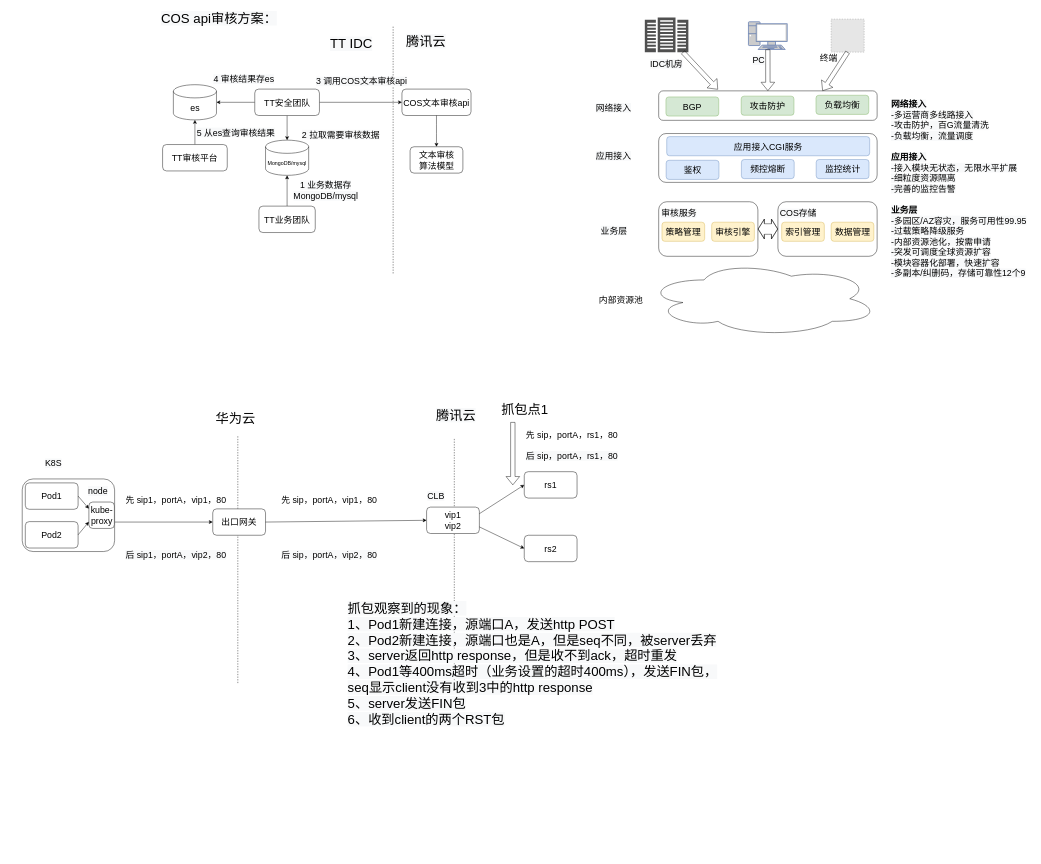
Earlier version of the draw.io diagram page "TT文本审核方案" (5 of 8) of CI.drawio (wangnan8791/document). Source tidied: cells renumbered, new cells numbered last; positions are measured from the earlier drawing's top-left corner, leaving out a move shared by most shapes. Both pictures are drawn from the tidied source at 44%, with x=0, y=0 at pixel (22, 7). Pictures stored in the file or linked from it are replaced by grey dashed boxes.
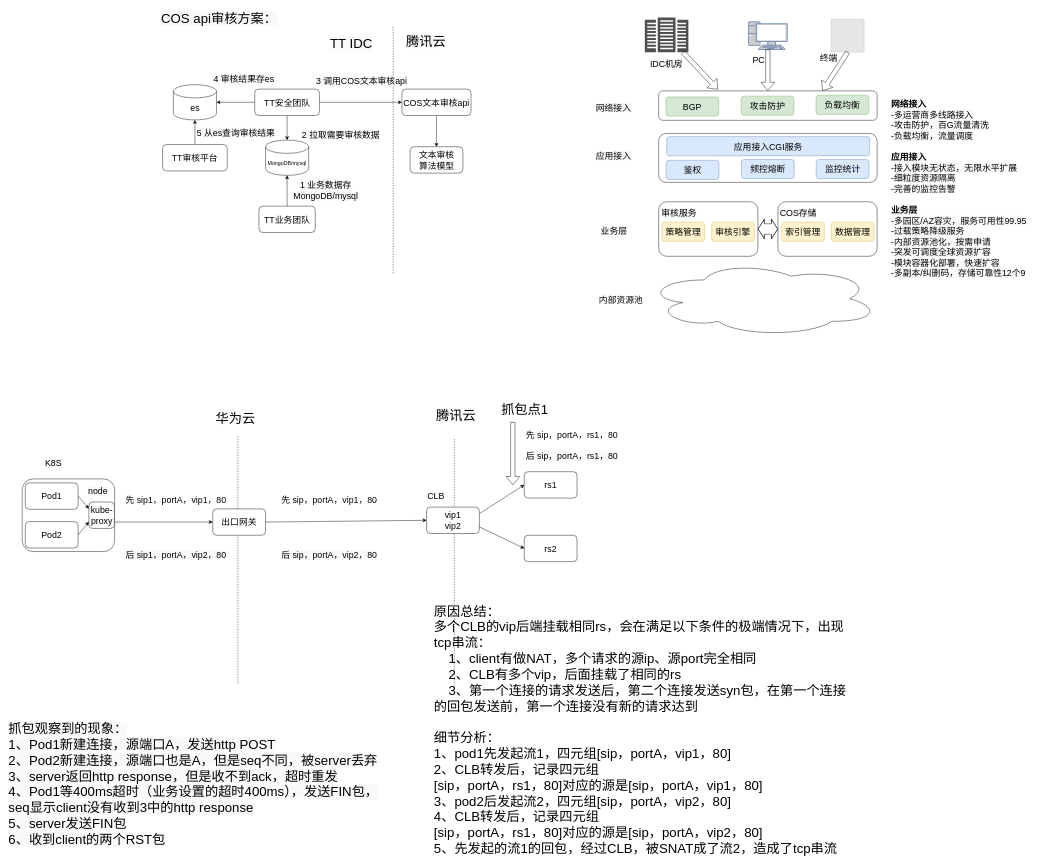
The same page after the edit.

What changed in the source:
```diff
@@
     <mxCell id="79" value="&lt;span style=&quot;color: rgb(0 , 0 , 0) ; font-family: &amp;#34;helvetica&amp;#34; ; font-size: 30px ; font-style: normal ; font-weight: 400 ; letter-spacing: normal ; text-align: center ; text-indent: 0px ; text-transform: none ; word-spacing: 0px ; background-color: rgb(248 , 249 , 250) ; display: inline ; float: none&quot;&gt;抓包观察到的现象：&lt;br&gt;1、Pod1新建连接，源端口A，发送http POST&lt;br&gt;2、Pod2新建连接，源端口也是A，但是seq不同，被server丢弃&lt;br&gt;3、server返回http response，但是收不到ack，超时重发&lt;br&gt;4、Pod1等400ms超时（业务设置的超时400ms），发送FIN包，seq显示client没有收到3中的http response&lt;br&gt;5、server发送FIN包&lt;br&gt;6、收到client的两个RST包&lt;br&gt;&lt;/span&gt;" style="text;whiteSpace=wrap;html=1;fontSize=20;" parent="1" vertex="1">
-      <mxGeometry x="738" y="1341" width="886.4" height="315" as="geometry" />
+      <mxGeometry x="-33" y="1614" width="886.4" height="315" as="geometry" />
     </mxCell>
@@
+    <mxCell id="87" value="&lt;div&gt;&lt;span style=&quot;font-size: 30px&quot;&gt;&lt;font face=&quot;helvetica&quot;&gt;原因总结：&lt;/font&gt;&lt;/span&gt;&lt;/div&gt;&lt;div&gt;&lt;span style=&quot;font-size: 30px&quot;&gt;&lt;font face=&quot;helvetica&quot;&gt;多个CLB的vip后端挂载相同rs，会在满足以下条件的极端情况下，出现tcp串流：&lt;/font&gt;&lt;/span&gt;&lt;/div&gt;&lt;div&gt;&lt;font face=&quot;helvetica&quot;&gt;&lt;span style=&quot;font-size: 30px&quot;&gt;&amp;nbsp; &amp;nbsp; 1、client有做NAT，多个请求的源ip、源port完全相同&lt;/span&gt;&lt;/font&gt;&lt;/div&gt;&lt;div&gt;&lt;font face=&quot;helvetica&quot;&gt;&lt;span style=&quot;font-size: 30px&quot;&gt;&amp;nbsp; &amp;nbsp; 2、CLB有多个vip，后面挂载了相同的rs&lt;/span&gt;&lt;/font&gt;&lt;/div&gt;&lt;div&gt;&lt;font face=&quot;helvetica&quot;&gt;&lt;span style=&quot;font-size: 30px&quot;&gt;&amp;nbsp; &amp;nbsp; 3、第一个连接的请求发送后，第二个连接发送syn包，在第一个连接的回包发送前，第一个连接没有新的请求达到&lt;/span&gt;&lt;/font&gt;&lt;/div&gt;&lt;div&gt;&lt;font face=&quot;helvetica&quot;&gt;&lt;span style=&quot;font-size: 30px&quot;&gt;&lt;br&gt;&lt;/span&gt;&lt;/font&gt;&lt;/div&gt;&lt;div&gt;&lt;span style=&quot;font-size: 30px&quot;&gt;&lt;font face=&quot;helvetica&quot;&gt;细节分析：&lt;/font&gt;&lt;/span&gt;&lt;/div&gt;&lt;div&gt;&lt;span style=&quot;font-size: 30px&quot;&gt;&lt;font face=&quot;helvetica&quot;&gt;1、pod1先发起流1，四元组[sip，portA，vip1，80]&lt;/font&gt;&lt;/span&gt;&lt;/div&gt;&lt;div&gt;&lt;span style=&quot;font-size: 30px&quot;&gt;&lt;font face=&quot;helvetica&quot;&gt;2、CLB转发后，记录四元组&lt;/font&gt;&lt;/span&gt;&lt;/div&gt;&lt;span style=&quot;font-family: &amp;#34;helvetica&amp;#34; ; font-size: 30px&quot;&gt;[sip，portA，rs1，80]对应的源是&lt;/span&gt;&lt;span style=&quot;font-family: &amp;#34;helvetica&amp;#34; ; font-size: 30px&quot;&gt;[sip，portA，vip1，80]&lt;/span&gt;&lt;span style=&quot;font-family: &amp;#34;helvetica&amp;#34; ; font-size: 30px&quot;&gt;&lt;br&gt;3、pod2后发起流2，四元组&lt;/span&gt;&lt;span style=&quot;font-family: &amp;#34;helvetica&amp;#34; ; font-size: 30px&quot;&gt;[sip，portA，vip2，80]&lt;br&gt;&lt;/span&gt;&lt;span style=&quot;font-family: &amp;#34;helvetica&amp;#34; ; font-size: 30px&quot;&gt;4、CLB转发后，记录四元组&lt;br&gt;&lt;/span&gt;&lt;span style=&quot;font-family: &amp;#34;helvetica&amp;#34; ; font-size: 30px&quot;&gt;[sip，portA，rs1，80]对应的源是&lt;/span&gt;&lt;span style=&quot;font-family: &amp;#34;helvetica&amp;#34; ; font-size: 30px&quot;&gt;[sip，portA，vip2，80]&lt;br&gt;&lt;/span&gt;&lt;span style=&quot;font-family: &amp;#34;helvetica&amp;#34; ; font-size: 30px&quot;&gt;5、先发起的流1的回包，经过CLB，被SNAT成了流2，造成了tcp串流&lt;br&gt;&lt;/span&gt;" style="text;whiteSpace=wrap;html=1;fontSize=20;align=left;" parent="1" vertex="1">
+      <mxGeometry x="934" y="1347" width="945" height="342" as="geometry" />
+    </mxCell>
```
